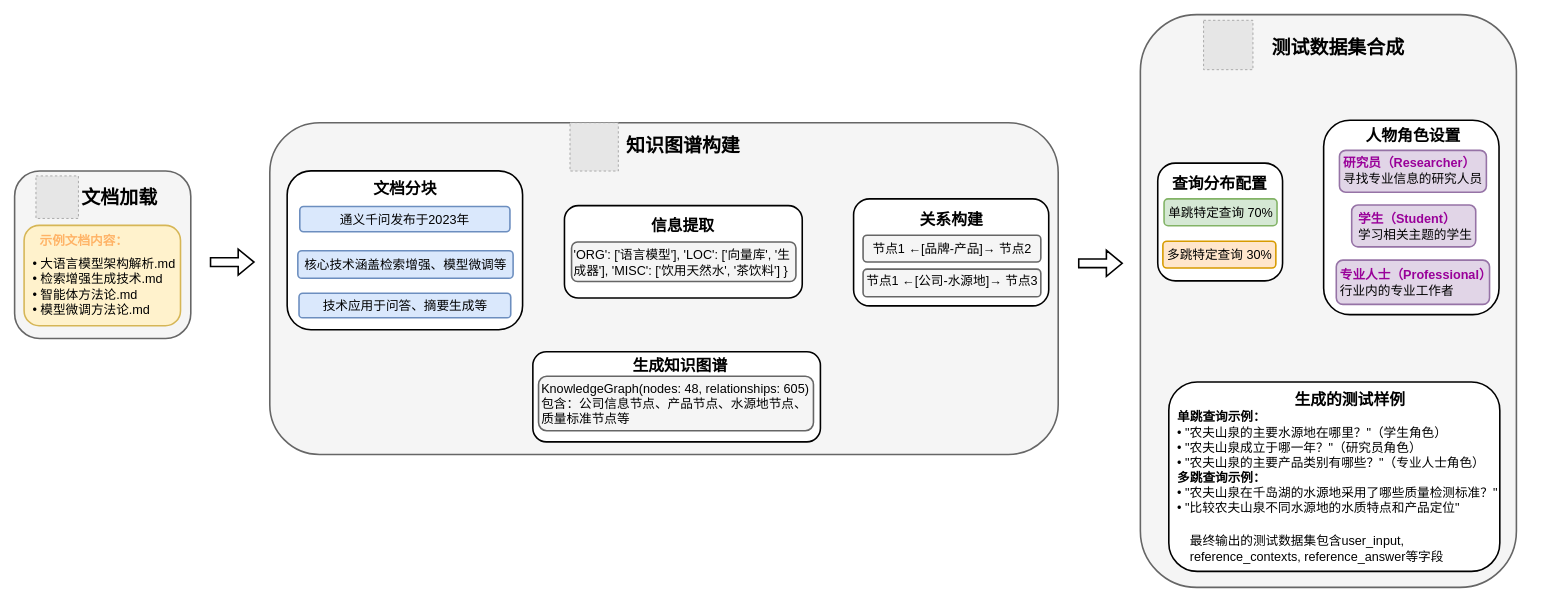
The draw.io diagram diagrams/ragas_testset_synthesis_process.drawio in real-jiakai/draw, before the edit. Source tidied: cells renumbered, new cells numbered last; positions are measured from the earlier drawing's top-left corner, leaving out a move shared by most shapes. Both pictures are drawn from the tidied source at 79%, with x=0, y=0 at pixel (14, 14). Pictures stored in the file or linked from it are replaced by grey dashed boxes.
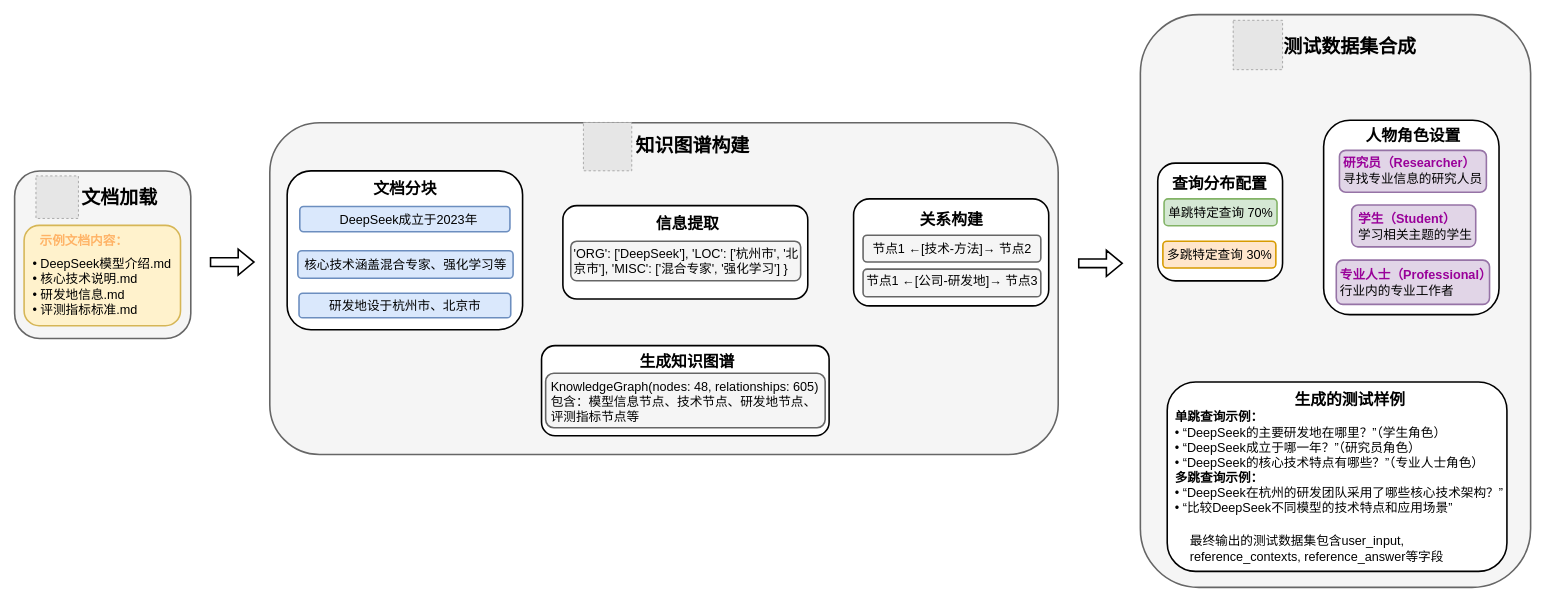
Above is the later version.

The edit, as a diff of the source:
```diff
@@
     <mxCell id="2" style="rounded=1;whiteSpace=wrap;html=1;fillColor=#f5f5f5;fontColor=#333333;strokeColor=#666666;strokeWidth=2;" parent="1" vertex="1">
-      <mxGeometry x="1425" width="476" height="725" as="geometry" />
+      <mxGeometry x="1425" width="494" height="725" as="geometry" />
     </mxCell>
     <mxCell id="3" style="rounded=1;whiteSpace=wrap;html=1;strokeWidth=2;" parent="1" vertex="1">
-      <mxGeometry x="1461" y="465" width="419" height="239.8" as="geometry" />
+      <mxGeometry x="1459" y="465" width="430" height="239.8" as="geometry" />
     </mxCell>
@@
     <mxCell id="12" style="rounded=1;whiteSpace=wrap;html=1;strokeWidth=2;" parent="1" vertex="1">
-      <mxGeometry x="656" y="426.8" width="364" height="114" as="geometry" />
+      <mxGeometry x="667" y="419" width="364" height="114" as="geometry" />
     </mxCell>
     <mxCell id="13" style="rounded=1;whiteSpace=wrap;html=1;fillColor=#f5f5f5;strokeColor=#666666;strokeWidth=2;fontColor=#333333;" parent="1" vertex="1">
-      <mxGeometry x="663.2" y="457.8" width="348" height="69" as="geometry" />
+      <mxGeometry x="672.2" y="454" width="353.8" height="69" as="geometry" />
     </mxCell>
     <mxCell id="14" style="rounded=1;whiteSpace=wrap;html=1;strokeWidth=2;" parent="1" vertex="1">
-      <mxGeometry x="696" y="241.8" width="301" height="117" as="geometry" />
+      <mxGeometry x="694" y="241.8" width="310" height="118.2" as="geometry" />
     </mxCell>
     <mxCell id="15" style="rounded=1;whiteSpace=wrap;html=1;fillColor=#f5f5f5;strokeColor=#666666;strokeWidth=2;fontColor=#333333;" parent="1" vertex="1">
-      <mxGeometry x="705" y="287.8" width="284" height="50" as="geometry" />
+      <mxGeometry x="704" y="286.8" width="291" height="50" as="geometry" />
     </mxCell>
@@
-    <mxCell id="25" value="&lt;div&gt;&lt;span style=&quot;font-size: 16px; background-color: transparent; color: light-dark(rgb(0, 0, 0), rgb(255, 255, 255));&quot;&gt;• &lt;/span&gt;&lt;span style=&quot;background-color: transparent; font-size: 16px;&quot;&gt;大语言模型架构解析&lt;/span&gt;&lt;span style=&quot;background-color: transparent; color: light-dark(rgb(0, 0, 0), rgb(255, 255, 255)); font-size: 16px;&quot;&gt;.md&lt;/span&gt;&lt;/div&gt;&lt;div&gt;&lt;font style=&quot;font-size: 16px;&quot;&gt;• 检索增强生成技术.md&lt;/font&gt;&lt;/div&gt;&lt;div&gt;&lt;font style=&quot;font-size: 16px;&quot;&gt;• 智能体方法论.md&lt;/font&gt;&lt;/div&gt;&lt;div&gt;&lt;font style=&quot;font-size: 16px;&quot;&gt;• 模型微调方法论.md&lt;/font&gt;&lt;/div&gt;" style="text;html=1;align=left;verticalAlign=middle;whiteSpace=wrap;rounded=0;" parent="1" vertex="1">
+    <mxCell id="25" value="&lt;div&gt;&lt;span style=&quot;font-size: 16px; background-color: transparent; color: light-dark(rgb(0, 0, 0), rgb(255, 255, 255));&quot;&gt;• DeepSeek模型介绍&lt;/span&gt;&lt;span style=&quot;background-color: transparent; color: light-dark(rgb(0, 0, 0), rgb(255, 255, 255)); font-size: 16px;&quot;&gt;.md&lt;/span&gt;&lt;/div&gt;&lt;div&gt;&lt;font style=&quot;font-size: 16px;&quot;&gt;• 核心技术说明.md&lt;/font&gt;&lt;/div&gt;&lt;div&gt;&lt;font style=&quot;font-size: 16px;&quot;&gt;• 研发地信息.md&lt;/font&gt;&lt;/div&gt;&lt;div&gt;&lt;font style=&quot;font-size: 16px;&quot;&gt;• 评测指标标准.md&lt;/font&gt;&lt;/div&gt;" style="text;html=1;align=left;verticalAlign=middle;whiteSpace=wrap;rounded=0;" parent="1" vertex="1">
       <mxGeometry x="21" y="300.8" width="184" height="87" as="geometry" />
     </mxCell>
     <mxCell id="26" value="&lt;b style=&quot;&quot;&gt;&lt;font style=&quot;font-size: 24px;&quot;&gt;知识图谱构建&lt;/font&gt;&lt;/b&gt;" style="text;html=1;align=center;verticalAlign=middle;whiteSpace=wrap;rounded=0;" parent="1" vertex="1">
-      <mxGeometry x="771.8" y="152.4" width="149" height="30" as="geometry" />
+      <mxGeometry x="784" y="152.4" width="149" height="30" as="geometry" />
     </mxCell>
     <mxCell id="27" value="&lt;b style=&quot;&quot;&gt;&lt;font style=&quot;font-size: 24px;&quot;&gt;测试数据集合成&lt;/font&gt;&lt;/b&gt;" style="text;html=1;align=center;verticalAlign=middle;whiteSpace=wrap;rounded=0;" parent="1" vertex="1">
-      <mxGeometry x="1590" y="27.1" width="171" height="30" as="geometry" />
+      <mxGeometry x="1605" y="26" width="171" height="30" as="geometry" />
     </mxCell>
@@
     <mxCell id="29" value="&lt;span style=&quot;font-size: 20px;&quot;&gt;&lt;b&gt;信息提取&lt;/b&gt;&lt;/span&gt;" style="text;html=1;align=center;verticalAlign=middle;whiteSpace=wrap;rounded=0;" parent="1" vertex="1">
-      <mxGeometry x="803.2" y="251.2" width="86" height="30" as="geometry" />
+      <mxGeometry x="808.5" y="249.2" width="86" height="30" as="geometry" />
     </mxCell>
@@
-    <mxCell id="32" value="&lt;font size=&quot;3&quot;&gt;通义千问发布于2023年&lt;/font&gt;" style="text;html=1;align=center;verticalAlign=middle;whiteSpace=wrap;rounded=0;" parent="1" vertex="1">
-      <mxGeometry x="410" y="243.8" width="168" height="30" as="geometry" />
+    <mxCell id="32" value="&lt;font size=&quot;3&quot;&gt;DeepSeek成立于2023年&lt;/font&gt;" style="text;html=1;align=center;verticalAlign=middle;whiteSpace=wrap;rounded=0;" parent="1" vertex="1">
+      <mxGeometry x="410" y="243.8" width="178" height="30" as="geometry" />
     </mxCell>
-    <mxCell id="33" value="&lt;font size=&quot;3&quot;&gt;核心技术涵盖检索增强、模型微调等&lt;/font&gt;" style="text;html=1;align=center;verticalAlign=middle;whiteSpace=wrap;rounded=0;" parent="1" vertex="1">
+    <mxCell id="33" value="&lt;font size=&quot;3&quot;&gt;核心技术涵盖混合专家、强化学习等&lt;/font&gt;" style="text;html=1;align=center;verticalAlign=middle;whiteSpace=wrap;rounded=0;" parent="1" vertex="1">
       <mxGeometry x="364" y="302.8" width="261.5" height="27" as="geometry" />
     </mxCell>
@@
-    <mxCell id="35" value="&lt;font size=&quot;3&quot;&gt;技术应用于问答、摘要生成等&lt;/font&gt;" style="text;html=1;align=center;verticalAlign=middle;whiteSpace=wrap;rounded=0;" parent="1" vertex="1">
+    <mxCell id="35" value="&lt;font size=&quot;3&quot;&gt;研发地设于杭州市、北京市&lt;/font&gt;" style="text;html=1;align=center;verticalAlign=middle;whiteSpace=wrap;rounded=0;" parent="1" vertex="1">
       <mxGeometry x="386.5" y="354.8" width="215" height="27" as="geometry" />
     </mxCell>
-    <mxCell id="36" value="&lt;font style=&quot;font-size: 16px;&quot;&gt;'ORG': ['语言模型'], 'LOC': ['向量库', '生成器'], 'MISC': ['饮用天然水', '茶饮料'] }&lt;/font&gt;" style="text;html=1;align=left;verticalAlign=middle;whiteSpace=wrap;rounded=0;" parent="1" vertex="1">
-      <mxGeometry x="706" y="288.8" width="280.8" height="50" as="geometry" />
+    <mxCell id="36" value="&lt;font style=&quot;font-size: 16px;&quot;&gt;'ORG': ['DeepSeek'], 'LOC': ['杭州市', '北京市'], 'MISC': ['混合专家', '强化学习'] }&lt;/font&gt;" style="text;html=1;align=left;verticalAlign=middle;whiteSpace=wrap;rounded=0;" parent="1" vertex="1">
+      <mxGeometry x="705.5" y="288.6" width="287" height="46.2" as="geometry" />
     </mxCell>
-    <mxCell id="37" value="&lt;font style=&quot;font-size: 16px;&quot;&gt;节点1 ←[品牌-产品]→ 节点2&lt;/font&gt;" style="text;html=1;align=center;verticalAlign=middle;whiteSpace=wrap;rounded=0;" parent="1" vertex="1">
+    <mxCell id="37" value="&lt;font style=&quot;font-size: 16px;&quot;&gt;节点1 ←[技术-方法]→ 节点2&lt;/font&gt;" style="text;html=1;align=center;verticalAlign=middle;whiteSpace=wrap;rounded=0;" parent="1" vertex="1">
       <mxGeometry x="1084.5" y="281.2" width="204" height="30" as="geometry" />
     </mxCell>
-    <mxCell id="38" value="&lt;font style=&quot;font-size: 16px;&quot;&gt;节点1 ←[公司-水源地]→ 节点3&lt;/font&gt;" style="text;html=1;align=center;verticalAlign=middle;whiteSpace=wrap;rounded=0;" parent="1" vertex="1">
+    <mxCell id="38" value="&lt;font style=&quot;font-size: 16px;&quot;&gt;节点1 ←[公司-研发地]→ 节点3&lt;/font&gt;" style="text;html=1;align=center;verticalAlign=middle;whiteSpace=wrap;rounded=0;" parent="1" vertex="1">
       <mxGeometry x="1076.8" y="322.2" width="219.5" height="30.5" as="geometry" />
     </mxCell>
     <mxCell id="39" value="&lt;span style=&quot;font-size: 20px;&quot;&gt;&lt;b&gt;生成知识图谱&lt;/b&gt;&lt;/span&gt;" style="text;html=1;align=center;verticalAlign=middle;whiteSpace=wrap;rounded=0;" parent="1" vertex="1">
-      <mxGeometry x="770" y="427.8" width="145" height="30" as="geometry" />
+      <mxGeometry x="779" y="424" width="145" height="30" as="geometry" />
     </mxCell>
-    <mxCell id="40" value="&lt;span style=&quot;font-size: 16px;&quot;&gt;KnowledgeGraph(nodes: 48, relationships: 605) 包含：公司信息节点、产品节点、水源地节点、质量标准节点等&lt;/span&gt;" style="text;html=1;align=left;verticalAlign=middle;whiteSpace=wrap;rounded=0;" parent="1" vertex="1">
-      <mxGeometry x="665.2" y="466.8" width="346" height="50" as="geometry" />
+    <mxCell id="40" value="&lt;span style=&quot;font-size: 16px;&quot;&gt;KnowledgeGraph(nodes: 48, relationships: 605) 包含：模型信息节点、技术节点、研发地节点、评测指标节点等&lt;/span&gt;" style="text;html=1;align=left;verticalAlign=middle;whiteSpace=wrap;rounded=0;" parent="1" vertex="1">
+      <mxGeometry x="676.5" y="465" width="346" height="50" as="geometry" />
     </mxCell>
     <mxCell id="41" style="fillColor=#E6E6E6;strokeColor=#999999;dashed=1;verticalLabelPosition=bottom;labelBackgroundColor=default;verticalAlign=top;" parent="1" vertex="1">
-      <mxGeometry x="703" y="136.8" width="61.2" height="61.2" as="geometry" />
+      <mxGeometry x="720" y="136.5" width="61.2" height="61.2" as="geometry" />
     </mxCell>
@@
-    <mxCell id="51" value="&lt;div&gt;&lt;font style=&quot;font-size: 16px;&quot;&gt;&lt;b&gt;单跳查询示例：&lt;/b&gt;&lt;/font&gt;&lt;/div&gt;&lt;div&gt;&lt;font style=&quot;font-size: 16px;&quot;&gt;• &quot;农夫山泉的主要水源地在哪里？&quot;（学生角色）&lt;/font&gt;&lt;/div&gt;&lt;div&gt;&lt;font style=&quot;font-size: 16px;&quot;&gt;• &quot;农夫山泉成立于哪一年？&quot;（研究员角色）&lt;/font&gt;&lt;/div&gt;&lt;div&gt;&lt;font style=&quot;font-size: 16px;&quot;&gt;• &quot;农夫山泉的主要产品类别有哪些？&quot;（专业人士角色）&lt;/font&gt;&lt;/div&gt;&lt;div&gt;&lt;font style=&quot;font-size: 16px;&quot;&gt;&lt;b&gt;多跳查询示例：&lt;/b&gt;&lt;/font&gt;&lt;/div&gt;&lt;div&gt;&lt;font style=&quot;font-size: 16px;&quot;&gt;• &quot;农夫山泉在千岛湖的水源地采用了哪些质量检测标准？&quot;&lt;/font&gt;&lt;/div&gt;&lt;div&gt;&lt;font style=&quot;font-size: 16px;&quot;&gt;• &quot;比较农夫山泉不同水源地的水质特点和产品定位&quot;&lt;/font&gt;&lt;/div&gt;" style="text;html=1;align=left;verticalAlign=middle;whiteSpace=wrap;rounded=0;" parent="1" vertex="1">
-      <mxGeometry x="1470.2" y="496.8" width="410.5" height="141" as="geometry" />
+    <mxCell id="51" value="&lt;div&gt;&lt;font style=&quot;font-size: 16px;&quot;&gt;&lt;b&gt;单跳查询示例：&lt;/b&gt;&lt;/font&gt;&lt;/div&gt;&lt;div&gt;&lt;font style=&quot;font-size: 16px;&quot;&gt;• “DeepSeek的主要研发地在哪里？”（学生角色）&lt;/font&gt;&lt;/div&gt;&lt;div&gt;&lt;font style=&quot;font-size: 16px;&quot;&gt;• “DeepSeek成立于哪一年？”（研究员角色）&lt;/font&gt;&lt;/div&gt;&lt;div&gt;&lt;font style=&quot;font-size: 16px;&quot;&gt;• “DeepSeek的核心技术特点有哪些？”（专业人士角色）&lt;/font&gt;&lt;/div&gt;&lt;div&gt;&lt;font style=&quot;font-size: 16px;&quot;&gt;&lt;b&gt;多跳查询示例：&lt;/b&gt;&lt;/font&gt;&lt;/div&gt;&lt;div&gt;&lt;font style=&quot;font-size: 16px;&quot;&gt;• “DeepSeek在杭州的研发团队采用了哪些核心技术架构？”&lt;/font&gt;&lt;/div&gt;&lt;div&gt;&lt;font style=&quot;font-size: 16px;&quot;&gt;• “比较DeepSeek不同模型的技术特点和应用场景”&lt;/font&gt;&lt;/div&gt;" style="text;html=1;align=left;verticalAlign=middle;whiteSpace=wrap;rounded=0;" parent="1" vertex="1">
+      <mxGeometry x="1466.6" y="496.8" width="418.4" height="141" as="geometry" />
     </mxCell>
     <mxCell id="52" style="fillColor=#E6E6E6;strokeColor=#999999;dashed=1;verticalLabelPosition=bottom;labelBackgroundColor=default;verticalAlign=top;" parent="1" vertex="1">
-      <mxGeometry x="1505" y="7.2" width="62.5" height="62.5" as="geometry" />
+      <mxGeometry x="1542.5" y="7.2" width="62.5" height="62.5" as="geometry" />
     </mxCell>
```
